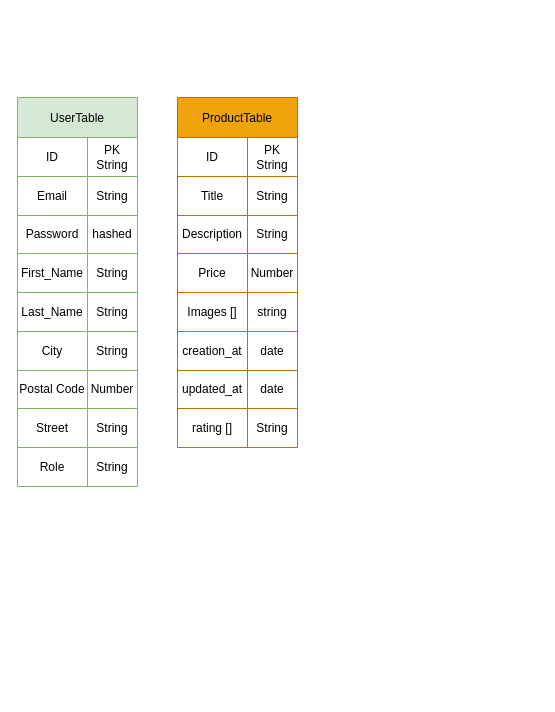
TryFailCryTryAgain/Webbshop keeps this draw.io diagram as ER-Diagram.drawio. Above is the earlier version. Source tidied: cells renumbered, new cells numbered last; positions are measured from the earlier drawing's top-left corner, leaving out a move shared by most shapes. Both pictures are drawn from the tidied source at 100%, with x=0, y=0 at pixel (17, 97).
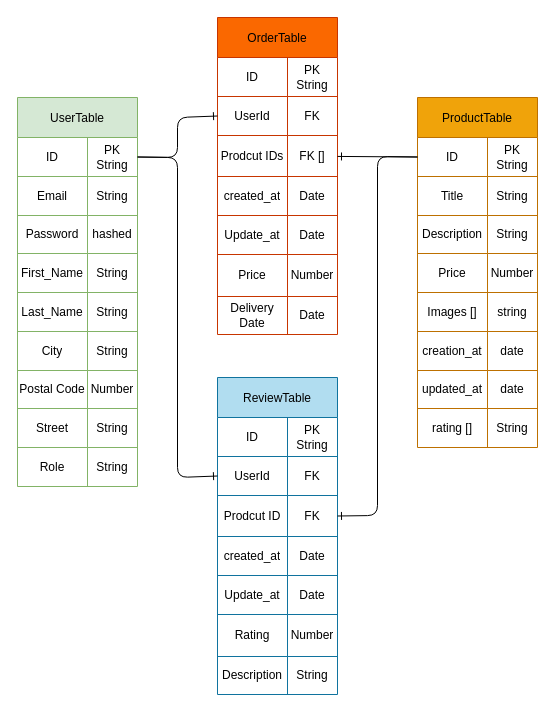
The same diagram, later.

The change refers to these unchanged cells:
```xml
<mxCell id="3" style="shape=tableRow;horizontal=0;startSize=0;swimlaneHead=0;swimlaneBody=0;strokeColor=inherit;top=0;left=0;bottom=0;right=0;fillColor=none;points=[[0,0.5],[1,0.5]];portConstraint=eastwest;" parent="2" vertex="1">
  <mxGeometry y="40" width="120" height="39" as="geometry" />
</mxCell>
<mxCell id="31" style="shape=tableRow;horizontal=0;startSize=0;swimlaneHead=0;swimlaneBody=0;strokeColor=inherit;top=0;left=0;bottom=0;right=0;fillColor=none;points=[[0,0.5],[1,0.5]];portConstraint=eastwest;" parent="30" vertex="1">
  <mxGeometry y="40" width="120" height="39" as="geometry" />
</mxCell>
```

Change to the diagram source:
```diff
@@
     <mxCell id="30" value="ProductTable" style="shape=table;startSize=40;childLayout=tableLayout;fillColor=#f0a30a;strokeColor=#BD7000;fontColor=#000000;" parent="1" vertex="1">
-      <mxGeometry x="160" width="120" height="350" as="geometry" />
+      <mxGeometry x="400" width="120" height="350" as="geometry" />
     </mxCell>
@@
+    <mxCell id="55" value="OrderTable" style="shape=table;startSize=40;childLayout=tableLayout;fillColor=#fa6800;strokeColor=#C73500;fontColor=#000000;" parent="1" vertex="1">
+      <mxGeometry x="200" y="-80" width="120" height="317" as="geometry" />
+    </mxCell>
+    <mxCell id="56" style="shape=tableRow;horizontal=0;startSize=0;swimlaneHead=0;swimlaneBody=0;strokeColor=inherit;top=0;left=0;bottom=0;right=0;fillColor=none;" parent="55" vertex="1">
+      <mxGeometry y="40" width="120" height="39" as="geometry" />
+    </mxCell>
+    <mxCell id="57" value="ID" style="shape=partialRectangle;html=1;whiteSpace=wrap;strokeColor=inherit;overflow=hidden;fillColor=none;top=0;left=0;bottom=0;right=0;" parent="56" vertex="1">
+      <mxGeometry width="70" height="39" as="geometry" />
+    </mxCell>
+    <mxCell id="58" value="PK&lt;br&gt;String" style="shape=partialRectangle;html=1;whiteSpace=wrap;strokeColor=inherit;overflow=hidden;fillColor=none;top=0;left=0;bottom=0;right=0;" parent="56" vertex="1">
+      <mxGeometry x="70" width="50" height="39" as="geometry" />
+    </mxCell>
+    <mxCell id="59" style="shape=tableRow;horizontal=0;startSize=0;swimlaneHead=0;swimlaneBody=0;strokeColor=inherit;top=0;left=0;bottom=0;right=0;fillColor=none;points=[[0,0.5],[1,0.5]];portConstraint=eastwest;" parent="55" vertex="1">
+      <mxGeometry y="79" width="120" height="39" as="geometry" />
+    </mxCell>
+    <mxCell id="60" value="UserId" style="shape=partialRectangle;html=1;whiteSpace=wrap;strokeColor=inherit;overflow=hidden;fillColor=none;top=0;left=0;bottom=0;right=0;" parent="59" vertex="1">
+      <mxGeometry width="70" height="39" as="geometry" />
+    </mxCell>
+    <mxCell id="61" value="FK" style="shape=partialRectangle;html=1;whiteSpace=wrap;strokeColor=inherit;overflow=hidden;fillColor=none;top=0;left=0;bottom=0;right=0;" parent="59" vertex="1">
+      <mxGeometry x="70" width="50" height="39" as="geometry" />
+    </mxCell>
+    <mxCell id="62" style="shape=tableRow;horizontal=0;startSize=0;swimlaneHead=0;swimlaneBody=0;strokeColor=inherit;top=0;left=0;bottom=0;right=0;fillColor=none;points=[[0,0.5],[1,0.5]];portConstraint=eastwest;" parent="55" vertex="1">
+      <mxGeometry y="118" width="120" height="41" as="geometry" />
+    </mxCell>
+    <mxCell id="63" value="Prodcut IDs" style="shape=partialRectangle;html=1;whiteSpace=wrap;strokeColor=inherit;overflow=hidden;fillColor=none;top=0;left=0;bottom=0;right=0;" parent="62" vertex="1">
+      <mxGeometry width="70" height="41" as="geometry" />
+    </mxCell>
+    <mxCell id="64" value="FK []" style="shape=partialRectangle;html=1;whiteSpace=wrap;strokeColor=inherit;overflow=hidden;fillColor=none;top=0;left=0;bottom=0;right=0;" parent="62" vertex="1">
+      <mxGeometry x="70" width="50" height="41" as="geometry" />
+    </mxCell>
+    <mxCell id="65" style="shape=tableRow;horizontal=0;startSize=0;swimlaneHead=0;swimlaneBody=0;strokeColor=inherit;top=0;left=0;bottom=0;right=0;fillColor=none;" parent="55" vertex="1">
+      <mxGeometry y="159" width="120" height="39" as="geometry" />
+    </mxCell>
+    <mxCell id="66" value="created_at" style="shape=partialRectangle;html=1;whiteSpace=wrap;strokeColor=inherit;overflow=hidden;fillColor=none;top=0;left=0;bottom=0;right=0;" parent="65" vertex="1">
+      <mxGeometry width="70" height="39" as="geometry" />
+    </mxCell>
+    <mxCell id="67" value="Date" style="shape=partialRectangle;html=1;whiteSpace=wrap;strokeColor=inherit;overflow=hidden;fillColor=none;top=0;left=0;bottom=0;right=0;" parent="65" vertex="1">
+      <mxGeometry x="70" width="50" height="39" as="geometry" />
+    </mxCell>
+    <mxCell id="68" style="shape=tableRow;horizontal=0;startSize=0;swimlaneHead=0;swimlaneBody=0;strokeColor=inherit;top=0;left=0;bottom=0;right=0;fillColor=none;" parent="55" vertex="1">
+      <mxGeometry y="198" width="120" height="39" as="geometry" />
+    </mxCell>
+    <mxCell id="69" value="Update_at" style="shape=partialRectangle;html=1;whiteSpace=wrap;strokeColor=inherit;overflow=hidden;fillColor=none;top=0;left=0;bottom=0;right=0;" parent="68" vertex="1">
+      <mxGeometry width="70" height="39" as="geometry" />
+    </mxCell>
+    <mxCell id="70" value="Date" style="shape=partialRectangle;html=1;whiteSpace=wrap;strokeColor=inherit;overflow=hidden;fillColor=none;top=0;left=0;bottom=0;right=0;" parent="68" vertex="1">
+      <mxGeometry x="70" width="50" height="39" as="geometry" />
+    </mxCell>
+    <mxCell id="71" style="shape=tableRow;horizontal=0;startSize=0;swimlaneHead=0;swimlaneBody=0;strokeColor=inherit;top=0;left=0;bottom=0;right=0;fillColor=none;" parent="55" vertex="1">
+      <mxGeometry y="237" width="120" height="42" as="geometry" />
+    </mxCell>
+    <mxCell id="72" value="Price" style="shape=partialRectangle;html=1;whiteSpace=wrap;strokeColor=inherit;overflow=hidden;fillColor=none;top=0;left=0;bottom=0;right=0;" parent="71" vertex="1">
+      <mxGeometry width="70" height="42" as="geometry" />
+    </mxCell>
+    <mxCell id="73" value="Number" style="shape=partialRectangle;html=1;whiteSpace=wrap;strokeColor=inherit;overflow=hidden;fillColor=none;top=0;left=0;bottom=0;right=0;" parent="71" vertex="1">
+      <mxGeometry x="70" width="50" height="42" as="geometry" />
+    </mxCell>
+    <mxCell id="74" style="shape=tableRow;horizontal=0;startSize=0;swimlaneHead=0;swimlaneBody=0;strokeColor=inherit;top=0;left=0;bottom=0;right=0;fillColor=none;" parent="55" vertex="1">
+      <mxGeometry y="279" width="120" height="38" as="geometry" />
+    </mxCell>
+    <mxCell id="75" value="Delivery&lt;br&gt;Date" style="shape=partialRectangle;html=1;whiteSpace=wrap;strokeColor=inherit;overflow=hidden;fillColor=none;top=0;left=0;bottom=0;right=0;" parent="74" vertex="1">
+      <mxGeometry width="70" height="38" as="geometry" />
+    </mxCell>
+    <mxCell id="76" value="Date" style="shape=partialRectangle;html=1;whiteSpace=wrap;strokeColor=inherit;overflow=hidden;fillColor=none;top=0;left=0;bottom=0;right=0;" parent="74" vertex="1">
+      <mxGeometry x="70" width="50" height="38" as="geometry" />
+    </mxCell>
+    <mxCell id="77" value="ReviewTable" style="shape=table;startSize=40;childLayout=tableLayout;fillColor=#b1ddf0;strokeColor=#10739e;" parent="1" vertex="1">
+      <mxGeometry x="200" y="280" width="120" height="317" as="geometry" />
+    </mxCell>
+    <mxCell id="78" style="shape=tableRow;horizontal=0;startSize=0;swimlaneHead=0;swimlaneBody=0;strokeColor=inherit;top=0;left=0;bottom=0;right=0;fillColor=none;" parent="77" vertex="1">
+      <mxGeometry y="40" width="120" height="39" as="geometry" />
+    </mxCell>
+    <mxCell id="79" value="ID" style="shape=partialRectangle;html=1;whiteSpace=wrap;strokeColor=inherit;overflow=hidden;fillColor=none;top=0;left=0;bottom=0;right=0;" parent="78" vertex="1">
+      <mxGeometry width="70" height="39" as="geometry" />
+    </mxCell>
+    <mxCell id="80" value="PK&lt;br&gt;String" style="shape=partialRectangle;html=1;whiteSpace=wrap;strokeColor=inherit;overflow=hidden;fillColor=none;top=0;left=0;bottom=0;right=0;" parent="78" vertex="1">
+      <mxGeometry x="70" width="50" height="39" as="geometry" />
+    </mxCell>
+    <mxCell id="81" style="shape=tableRow;horizontal=0;startSize=0;swimlaneHead=0;swimlaneBody=0;strokeColor=inherit;top=0;left=0;bottom=0;right=0;fillColor=none;points=[[0,0.5],[1,0.5]];portConstraint=eastwest;" parent="77" vertex="1">
+      <mxGeometry y="79" width="120" height="39" as="geometry" />
+    </mxCell>
+    <mxCell id="82" value="UserId" style="shape=partialRectangle;html=1;whiteSpace=wrap;strokeColor=inherit;overflow=hidden;fillColor=none;top=0;left=0;bottom=0;right=0;" parent="81" vertex="1">
+      <mxGeometry width="70" height="39" as="geometry" />
+    </mxCell>
+    <mxCell id="83" value="FK" style="shape=partialRectangle;html=1;whiteSpace=wrap;strokeColor=inherit;overflow=hidden;fillColor=none;top=0;left=0;bottom=0;right=0;" parent="81" vertex="1">
+      <mxGeometry x="70" width="50" height="39" as="geometry" />
+    </mxCell>
+    <mxCell id="84" style="shape=tableRow;horizontal=0;startSize=0;swimlaneHead=0;swimlaneBody=0;strokeColor=inherit;top=0;left=0;bottom=0;right=0;fillColor=none;points=[[0,0.5],[1,0.5]];portConstraint=eastwest;" parent="77" vertex="1">
+      <mxGeometry y="118" width="120" height="41" as="geometry" />
+    </mxCell>
+    <mxCell id="85" value="Prodcut ID" style="shape=partialRectangle;html=1;whiteSpace=wrap;strokeColor=inherit;overflow=hidden;fillColor=none;top=0;left=0;bottom=0;right=0;" parent="84" vertex="1">
+      <mxGeometry width="70" height="41" as="geometry" />
+    </mxCell>
+    <mxCell id="86" value="FK" style="shape=partialRectangle;html=1;whiteSpace=wrap;strokeColor=inherit;overflow=hidden;fillColor=none;top=0;left=0;bottom=0;right=0;" parent="84" vertex="1">
+      <mxGeometry x="70" width="50" height="41" as="geometry" />
+    </mxCell>
+    <mxCell id="87" style="shape=tableRow;horizontal=0;startSize=0;swimlaneHead=0;swimlaneBody=0;strokeColor=inherit;top=0;left=0;bottom=0;right=0;fillColor=none;" parent="77" vertex="1">
+      <mxGeometry y="159" width="120" height="39" as="geometry" />
+    </mxCell>
+    <mxCell id="88" value="created_at" style="shape=partialRectangle;html=1;whiteSpace=wrap;strokeColor=inherit;overflow=hidden;fillColor=none;top=0;left=0;bottom=0;right=0;" parent="87" vertex="1">
+      <mxGeometry width="70" height="39" as="geometry" />
+    </mxCell>
+    <mxCell id="89" value="Date" style="shape=partialRectangle;html=1;whiteSpace=wrap;strokeColor=inherit;overflow=hidden;fillColor=none;top=0;left=0;bottom=0;right=0;" parent="87" vertex="1">
+      <mxGeometry x="70" width="50" height="39" as="geometry" />
+    </mxCell>
+    <mxCell id="90" style="shape=tableRow;horizontal=0;startSize=0;swimlaneHead=0;swimlaneBody=0;strokeColor=inherit;top=0;left=0;bottom=0;right=0;fillColor=none;" parent="77" vertex="1">
+      <mxGeometry y="198" width="120" height="39" as="geometry" />
+    </mxCell>
+    <mxCell id="91" value="Update_at" style="shape=partialRectangle;html=1;whiteSpace=wrap;strokeColor=inherit;overflow=hidden;fillColor=none;top=0;left=0;bottom=0;right=0;" parent="90" vertex="1">
+      <mxGeometry width="70" height="39" as="geometry" />
+    </mxCell>
+    <mxCell id="92" value="Date" style="shape=partialRectangle;html=1;whiteSpace=wrap;strokeColor=inherit;overflow=hidden;fillColor=none;top=0;left=0;bottom=0;right=0;" parent="90" vertex="1">
+      <mxGeometry x="70" width="50" height="39" as="geometry" />
+    </mxCell>
+    <mxCell id="93" style="shape=tableRow;horizontal=0;startSize=0;swimlaneHead=0;swimlaneBody=0;strokeColor=inherit;top=0;left=0;bottom=0;right=0;fillColor=none;" parent="77" vertex="1">
+      <mxGeometry y="237" width="120" height="42" as="geometry" />
+    </mxCell>
+    <mxCell id="94" value="Rating" style="shape=partialRectangle;html=1;whiteSpace=wrap;strokeColor=inherit;overflow=hidden;fillColor=none;top=0;left=0;bottom=0;right=0;" parent="93" vertex="1">
+      <mxGeometry width="70" height="42" as="geometry" />
+    </mxCell>
+    <mxCell id="95" value="Number" style="shape=partialRectangle;html=1;whiteSpace=wrap;strokeColor=inherit;overflow=hidden;fillColor=none;top=0;left=0;bottom=0;right=0;" parent="93" vertex="1">
+      <mxGeometry x="70" width="50" height="42" as="geometry" />
+    </mxCell>
+    <mxCell id="96" style="shape=tableRow;horizontal=0;startSize=0;swimlaneHead=0;swimlaneBody=0;strokeColor=inherit;top=0;left=0;bottom=0;right=0;fillColor=none;" parent="77" vertex="1">
+      <mxGeometry y="279" width="120" height="38" as="geometry" />
+    </mxCell>
+    <mxCell id="97" value="Description" style="shape=partialRectangle;html=1;whiteSpace=wrap;strokeColor=inherit;overflow=hidden;fillColor=none;top=0;left=0;bottom=0;right=0;" parent="96" vertex="1">
+      <mxGeometry width="70" height="38" as="geometry" />
+    </mxCell>
+    <mxCell id="98" value="String" style="shape=partialRectangle;html=1;whiteSpace=wrap;strokeColor=inherit;overflow=hidden;fillColor=none;top=0;left=0;bottom=0;right=0;" parent="96" vertex="1">
+      <mxGeometry x="70" width="50" height="38" as="geometry" />
+    </mxCell>
+    <mxCell id="99" style="edgeStyle=none;html=1;exitX=1;exitY=0.5;exitDx=0;exitDy=0;entryX=0;entryY=0.5;entryDx=0;entryDy=0;endArrow=ERone;endFill=0;" parent="1" edge="1" source="3" target="59">
+      <mxGeometry relative="1" as="geometry">
+        <Array as="points">
+          <mxPoint x="160" y="60" />
+          <mxPoint x="160" y="20" />
+        </Array>
+      </mxGeometry>
+    </mxCell>
+    <mxCell id="100" style="edgeStyle=none;html=1;exitX=1;exitY=0.5;exitDx=0;exitDy=0;entryX=0;entryY=0.5;entryDx=0;entryDy=0;endArrow=ERone;endFill=0;" parent="1" edge="1" source="3" target="81">
+      <mxGeometry relative="1" as="geometry">
+        <Array as="points">
+          <mxPoint x="160" y="60" />
+          <mxPoint x="160" y="380" />
+        </Array>
+      </mxGeometry>
+    </mxCell>
+    <mxCell id="101" style="edgeStyle=none;html=1;exitX=0;exitY=0.5;exitDx=0;exitDy=0;endArrow=ERone;endFill=0;" parent="1" edge="1" source="31" target="62">
+      <mxGeometry relative="1" as="geometry" />
+    </mxCell>
+    <mxCell id="102" style="edgeStyle=none;html=1;exitX=0;exitY=0.5;exitDx=0;exitDy=0;entryX=1;entryY=0.5;entryDx=0;entryDy=0;endArrow=ERone;endFill=0;" parent="1" edge="1" source="31" target="84">
+      <mxGeometry relative="1" as="geometry">
+        <Array as="points">
+          <mxPoint x="360" y="59" />
+          <mxPoint x="360" y="418" />
+        </Array>
+      </mxGeometry>
+    </mxCell>
```
